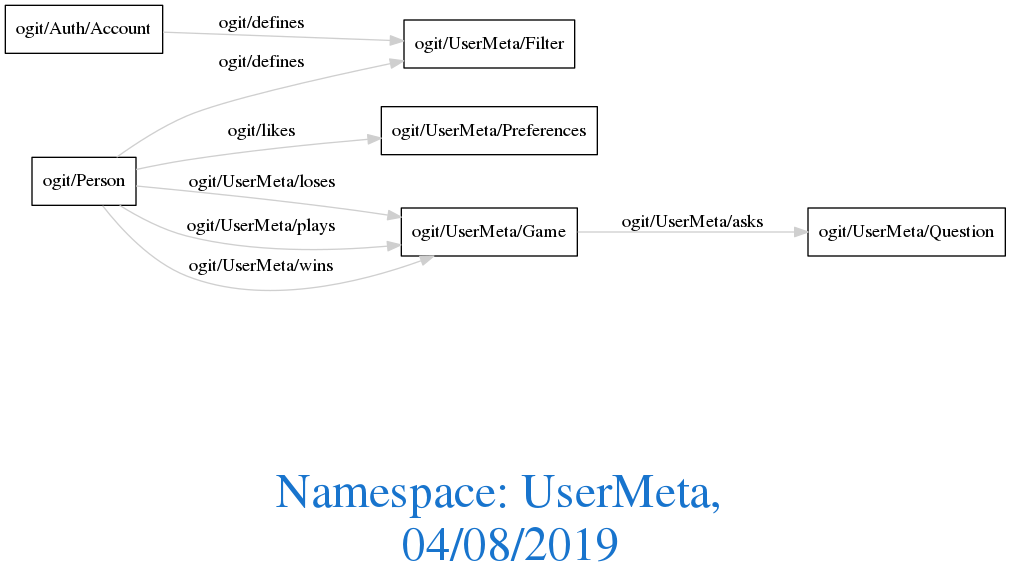
Above: downloads/UserMeta.png in arago/OGIT (Graphviz), before the change. Its source is kept beside it as downloads/UserMeta.dot. Its diagram source:
```dot
digraph OGIT_ontology {
 graph [ rankdir= LR,fontsize = 36,
fontcolor= dodgerblue3,label = "\n\n\nNamespace: UserMeta, \n 04/08/2019"];
node[shape=polygon];
edge [  color="gray81"];

   "ogit/Auth/Account" -> "ogit/UserMeta/Filter" [label="ogit/defines    "];
   "ogit/Person" -> "ogit/UserMeta/Filter" [label="ogit/defines    "];
   "ogit/UserMeta/Game" -> "ogit/UserMeta/Question" [label="ogit/UserMeta/asks    "];
   "ogit/Person" -> "ogit/UserMeta/Preferences" [label="ogit/likes    "];
   "ogit/Person" -> "ogit/UserMeta/Game" [label="ogit/UserMeta/loses    "];
   "ogit/Person" -> "ogit/UserMeta/Game" [label="ogit/UserMeta/plays    "];
   "ogit/Person" -> "ogit/UserMeta/Game" [label="ogit/UserMeta/wins    "];
}
```
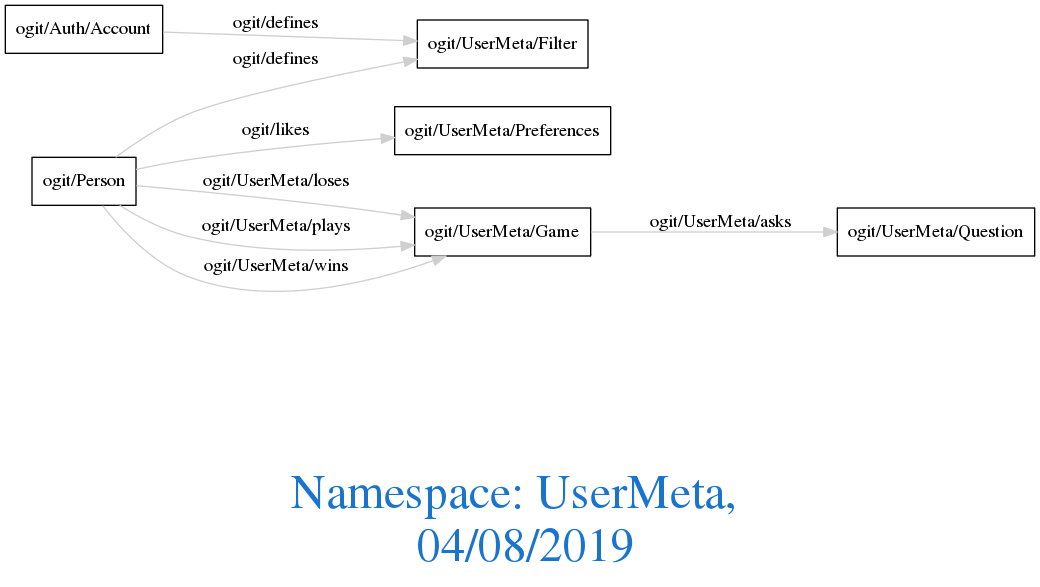
After the commit.

Change to the diagram source:
```diff
@@ -1,14 +1,15 @@
 digraph OGIT_ontology {
- graph [ rankdir= LR,fontsize = 36,
+ graph [ rankdir= LR,compound=true
+fontsize = 36,
 fontcolor= dodgerblue3,label = "\n\n\nNamespace: UserMeta, \n 04/08/2019"];
 node[shape=polygon];
 edge [  color="gray81"];
 
-   "ogit/Auth/Account" -> "ogit/UserMeta/Filter" [label="ogit/defines    "];
-   "ogit/Person" -> "ogit/UserMeta/Filter" [label="ogit/defines    "];
-   "ogit/UserMeta/Game" -> "ogit/UserMeta/Question" [label="ogit/UserMeta/asks    "];
-   "ogit/Person" -> "ogit/UserMeta/Preferences" [label="ogit/likes    "];
-   "ogit/Person" -> "ogit/UserMeta/Game" [label="ogit/UserMeta/loses    "];
-   "ogit/Person" -> "ogit/UserMeta/Game" [label="ogit/UserMeta/plays    "];
-   "ogit/Person" -> "ogit/UserMeta/Game" [label="ogit/UserMeta/wins    "];
+   "ogit/Auth/Account" -> "ogit/UserMeta/Filter" [label="   ogit/defines    "];
+   "ogit/Person" -> "ogit/UserMeta/Filter" [label="   ogit/defines    "];
+   "ogit/UserMeta/Game" -> "ogit/UserMeta/Question" [label="   ogit/UserMeta/asks    "];
+   "ogit/Person" -> "ogit/UserMeta/Preferences" [label="   ogit/likes    "];
+   "ogit/Person" -> "ogit/UserMeta/Game" [label="   ogit/UserMeta/loses    "];
+   "ogit/Person" -> "ogit/UserMeta/Game" [label="   ogit/UserMeta/plays    "];
+   "ogit/Person" -> "ogit/UserMeta/Game" [label="   ogit/UserMeta/wins    "];
 }
```
